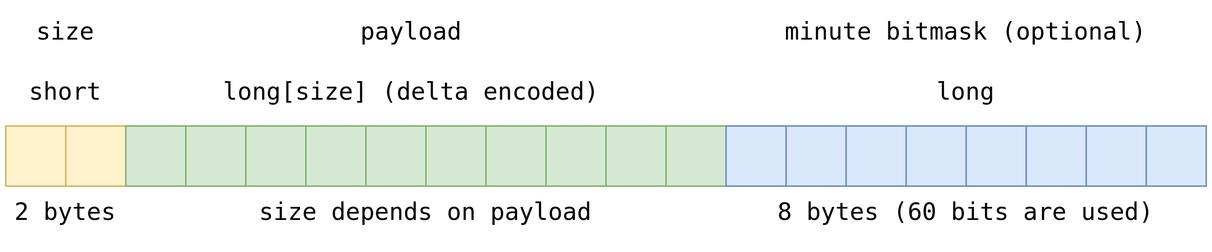
The draw.io diagram 2020-en-embedded-time-series-storage/slides/images/compressed-values.png in puzpuzpuz/talks, before a commit. Source tidied: cells renumbered, new cells last; positions are measured from the earlier drawing's top-left corner, leaving out a move shared by most shapes.
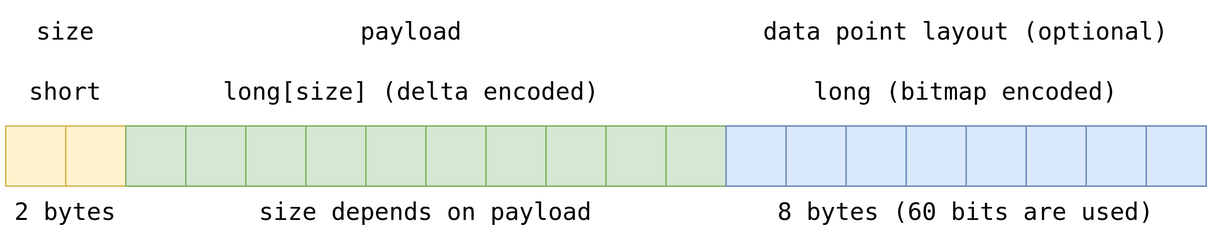
Above is the later version.

Diff of the diagram source:
```diff
@@ -8,7 +8,7 @@
     <mxCell id="3" value="&lt;div style=&quot;font-family: &amp;#34;droid sans mono&amp;#34; , monospace , monospace , &amp;#34;droid sans fallback&amp;#34; ; font-weight: normal ; font-size: 16px ; line-height: 22px&quot;&gt;&lt;div&gt;&lt;span&gt;payload&lt;/span&gt;&lt;/div&gt;&lt;/div&gt;" style="text;whiteSpace=wrap;html=1;align=center;" parent="1" vertex="1">
       <mxGeometry x="80" width="381" height="40" as="geometry" />
     </mxCell>
-    <mxCell id="4" value="&lt;div style=&quot;line-height: 22px&quot;&gt;&lt;font face=&quot;droid sans mono, monospace, monospace, droid sans fallback&quot;&gt;&lt;span style=&quot;font-size: 16px&quot;&gt;minute bitmask (optional)&lt;/span&gt;&lt;/font&gt;&lt;br&gt;&lt;/div&gt;" style="text;whiteSpace=wrap;html=1;align=center;" parent="1" vertex="1">
+    <mxCell id="4" value="&lt;div style=&quot;line-height: 22px&quot;&gt;&lt;font face=&quot;droid sans mono, monospace, monospace, droid sans fallback&quot;&gt;&lt;span style=&quot;font-size: 16px&quot;&gt;data point layout (optional)&lt;/span&gt;&lt;/font&gt;&lt;br&gt;&lt;/div&gt;" style="text;whiteSpace=wrap;html=1;align=center;" parent="1" vertex="1">
       <mxGeometry x="480" width="320" height="40" as="geometry" />
     </mxCell>
     <mxCell id="5" value="&lt;div style=&quot;font-family: &amp;#34;droid sans mono&amp;#34; , monospace , monospace , &amp;#34;droid sans fallback&amp;#34; ; font-weight: normal ; font-size: 16px ; line-height: 22px&quot;&gt;&lt;div&gt;&lt;span&gt;short&lt;/span&gt;&lt;/div&gt;&lt;/div&gt;" style="text;whiteSpace=wrap;html=1;align=center;" parent="1" vertex="1">
@@ -17,7 +17,7 @@
     <mxCell id="6" value="&lt;div style=&quot;font-family: &amp;#34;droid sans mono&amp;#34; , monospace , monospace , &amp;#34;droid sans fallback&amp;#34; ; font-weight: normal ; font-size: 16px ; line-height: 22px&quot;&gt;&lt;div&gt;&lt;span&gt;long[size] (&lt;/span&gt;&lt;span&gt;delta encoded&lt;/span&gt;&lt;span&gt;)&lt;/span&gt;&lt;/div&gt;&lt;/div&gt;" style="text;whiteSpace=wrap;html=1;align=center;" parent="1" vertex="1">
       <mxGeometry x="80" y="40" width="381" height="40" as="geometry" />
     </mxCell>
-    <mxCell id="7" value="&lt;div style=&quot;line-height: 22px&quot;&gt;&lt;font face=&quot;droid sans mono, monospace, monospace, droid sans fallback&quot;&gt;&lt;span style=&quot;font-size: 16px&quot;&gt;long&lt;/span&gt;&lt;/font&gt;&lt;br&gt;&lt;/div&gt;" style="text;whiteSpace=wrap;html=1;align=center;" parent="1" vertex="1">
+    <mxCell id="7" value="&lt;div style=&quot;line-height: 22px&quot;&gt;&lt;font face=&quot;droid sans mono, monospace, monospace, droid sans fallback&quot;&gt;&lt;span style=&quot;font-size: 16px&quot;&gt;long (bitmap encoded)&lt;/span&gt;&lt;/font&gt;&lt;br&gt;&lt;/div&gt;" style="text;whiteSpace=wrap;html=1;align=center;" parent="1" vertex="1">
       <mxGeometry x="480" y="40" width="320" height="40" as="geometry" />
     </mxCell>
     <mxCell id="8" value="&lt;div style=&quot;font-family: &amp;#34;droid sans mono&amp;#34; , monospace , monospace , &amp;#34;droid sans fallback&amp;#34; ; font-weight: normal ; font-size: 16px ; line-height: 22px&quot;&gt;&lt;div&gt;&lt;span&gt;2 bytes&lt;/span&gt;&lt;/div&gt;&lt;/div&gt;" style="text;whiteSpace=wrap;html=1;align=center;" parent="1" vertex="1">
```
